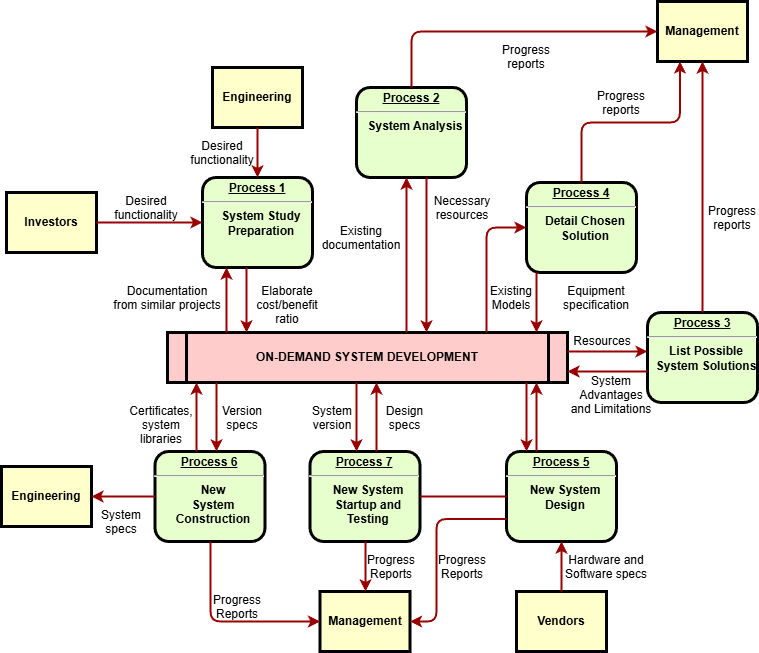
Earlier version of the draw.io export Диаграмма без названия.drawio.png (alezalez8/goit). Source tidied: cells renumbered, new cells last; positions are measured from the earlier drawing's top-left corner, leaving out a move shared by most shapes.
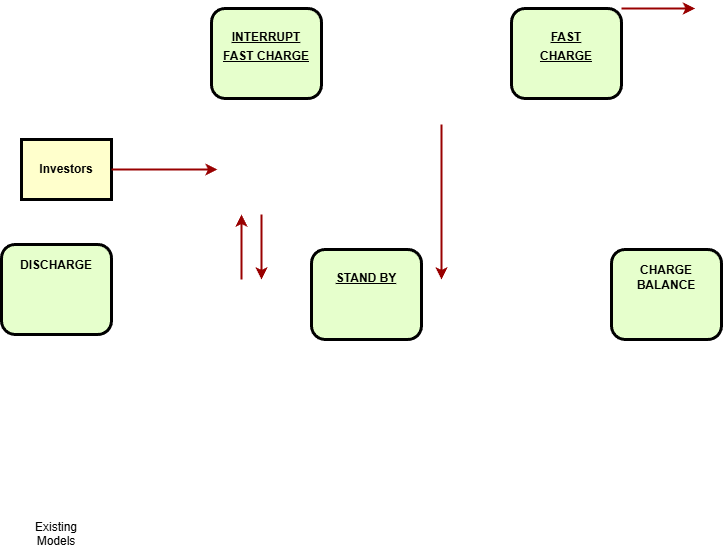
Above is the later version.

The edit, as a diff of the source:
```diff
@@ -2,256 +2,60 @@
   <root>
     <mxCell id="0" />
     <mxCell id="1" parent="0" />
-    <mxCell id="2" value="&lt;p style=&quot;margin: 0px; margin-top: 4px; text-align: center; text-decoration: underline;&quot;&gt;&lt;strong&gt;Process 1&lt;br /&gt;&lt;/strong&gt;&lt;/p&gt;&lt;hr /&gt;&lt;p style=&quot;margin: 0px; margin-left: 8px;&quot;&gt;System Study&lt;/p&gt;&lt;p style=&quot;margin: 0px; margin-left: 8px;&quot;&gt;Preparation&lt;/p&gt;" style="verticalAlign=middle;align=center;overflow=fill;fontSize=12;fontFamily=Helvetica;html=1;rounded=1;fontStyle=1;strokeWidth=3;fillColor=#E6FFCC;" parent="1" vertex="1">
-      <mxGeometry x="201" y="176" width="110" height="90" as="geometry" />
-    </mxCell>
-    <mxCell id="3" value="Engineering" style="whiteSpace=wrap;align=center;verticalAlign=middle;fontStyle=1;strokeWidth=3;fillColor=#FFFFCC;" parent="1" vertex="1">
-      <mxGeometry x="211" y="66" width="90" height="60" as="geometry" />
-    </mxCell>
     <mxCell id="4" value="Investors" style="whiteSpace=wrap;align=center;verticalAlign=middle;fontStyle=1;strokeWidth=3;fillColor=#FFFFCC;" parent="1" vertex="1">
       <mxGeometry x="5" y="191" width="90" height="60" as="geometry" />
     </mxCell>
-    <mxCell id="5" value="ON-DEMAND SYSTEM DEVELOPMENT" style="shape=process;whiteSpace=wrap;align=center;verticalAlign=middle;size=0.0475;fontStyle=1;strokeWidth=3;fillColor=#FFCCCC;" parent="1" vertex="1">
-      <mxGeometry x="166" y="331" width="400" height="50" as="geometry" />
-    </mxCell>
-    <mxCell id="6" value="&lt;p style=&quot;margin: 0px; margin-top: 4px; text-align: center; text-decoration: underline;&quot;&gt;&lt;strong&gt;Process 2&lt;br /&gt;&lt;/strong&gt;&lt;/p&gt;&lt;hr /&gt;&lt;p style=&quot;margin: 0px; margin-left: 8px;&quot;&gt;System Analysis&lt;/p&gt;" style="verticalAlign=middle;align=center;overflow=fill;fontSize=12;fontFamily=Helvetica;html=1;rounded=1;fontStyle=1;strokeWidth=3;fillColor=#E6FFCC;" parent="1" vertex="1">
-      <mxGeometry x="355" y="86" width="110" height="90" as="geometry" />
-    </mxCell>
-    <mxCell id="7" value="&lt;p style=&quot;margin: 0px; margin-top: 4px; text-align: center; text-decoration: underline;&quot;&gt;&lt;strong&gt;&lt;strong&gt;Process&lt;/strong&gt; 3&lt;br /&gt;&lt;/strong&gt;&lt;/p&gt;&lt;hr /&gt;&lt;p style=&quot;margin: 0px; margin-left: 8px;&quot;&gt;List Possible&lt;/p&gt;&lt;p style=&quot;margin: 0px; margin-left: 8px;&quot;&gt;System Solutions&lt;/p&gt;" style="verticalAlign=middle;align=center;overflow=fill;fontSize=12;fontFamily=Helvetica;html=1;rounded=1;fontStyle=1;strokeWidth=3;fillColor=#E6FFCC;" parent="1" vertex="1">
-      <mxGeometry x="646" y="311" width="110" height="90" as="geometry" />
+    <mxCell id="7" value="&lt;p style=&quot;margin: 0px; margin-top: 4px; text-align: center; text-decoration: underline;&quot;&gt;&lt;br&gt;&lt;/p&gt;&lt;p style=&quot;margin: 0px; margin-top: 4px; text-align: center; text-decoration: underline;&quot;&gt;STAND BY&lt;/p&gt;" style="verticalAlign=middle;align=center;overflow=fill;fontSize=12;fontFamily=Helvetica;html=1;rounded=1;fontStyle=1;strokeWidth=3;fillColor=#E6FFCC;" parent="1" vertex="1">
+      <mxGeometry x="295" y="301" width="110" height="90" as="geometry" />
     </mxCell>
-    <mxCell id="8" value="&lt;p style=&quot;margin: 0px; margin-top: 4px; text-align: center; text-decoration: underline;&quot;&gt;&lt;strong&gt;&lt;strong&gt;Process&lt;/strong&gt; 4&lt;br /&gt;&lt;/strong&gt;&lt;/p&gt;&lt;hr /&gt;&lt;p style=&quot;margin: 0px; margin-left: 8px;&quot;&gt;Detail Chosen&lt;/p&gt;&lt;p style=&quot;margin: 0px; margin-left: 8px;&quot;&gt;Solution&lt;/p&gt;" style="verticalAlign=middle;align=center;overflow=fill;fontSize=12;fontFamily=Helvetica;html=1;rounded=1;fontStyle=1;strokeWidth=3;fillColor=#E6FFCC;" parent="1" vertex="1">
-      <mxGeometry x="525" y="181" width="110" height="90" as="geometry" />
+    <mxCell id="8" value="&lt;p style=&quot;margin: 0px; margin-top: 4px; text-align: center; text-decoration: underline;&quot;&gt;&lt;br&gt;&lt;/p&gt;&lt;p style=&quot;margin: 0px; margin-top: 4px; text-align: center; text-decoration: underline;&quot;&gt;FAST&lt;/p&gt;&lt;p style=&quot;margin: 0px; margin-top: 4px; text-align: center; text-decoration: underline;&quot;&gt;CHARGE&lt;/p&gt;" style="verticalAlign=middle;align=center;overflow=fill;fontSize=12;fontFamily=Helvetica;html=1;rounded=1;fontStyle=1;strokeWidth=3;fillColor=#E6FFCC;" parent="1" vertex="1">
+      <mxGeometry x="495" y="60" width="110" height="90" as="geometry" />
     </mxCell>
-    <mxCell id="9" value="&lt;p style=&quot;margin: 0px; margin-top: 4px; text-align: center; text-decoration: underline;&quot;&gt;&lt;strong&gt;&lt;strong&gt;Process&lt;/strong&gt; 5&lt;br /&gt;&lt;/strong&gt;&lt;/p&gt;&lt;hr /&gt;&lt;p style=&quot;margin: 0px; margin-left: 8px;&quot;&gt;New System&lt;/p&gt;&lt;p style=&quot;margin: 0px; margin-left: 8px;&quot;&gt;Design&lt;/p&gt;" style="verticalAlign=middle;align=center;overflow=fill;fontSize=12;fontFamily=Helvetica;html=1;rounded=1;fontStyle=1;strokeWidth=3;fillColor=#E6FFCC;" parent="1" vertex="1">
-      <mxGeometry x="505" y="450" width="110" height="90" as="geometry" />
+    <mxCell id="9" value="&lt;div&gt;&lt;br&gt;&lt;/div&gt;&lt;div&gt;CHARGE&lt;/div&gt;&lt;div&gt;BALANCE&lt;/div&gt;" style="verticalAlign=middle;align=center;overflow=fill;fontSize=12;fontFamily=Helvetica;html=1;rounded=1;fontStyle=1;strokeWidth=3;fillColor=#E6FFCC;" parent="1" vertex="1">
+      <mxGeometry x="595" y="301" width="110" height="90" as="geometry" />
     </mxCell>
-    <mxCell id="10" value="&lt;p style=&quot;margin: 0px; margin-top: 4px; text-align: center; text-decoration: underline;&quot;&gt;&lt;strong&gt;&lt;strong&gt;Process&lt;/strong&gt; 6&lt;br /&gt;&lt;/strong&gt;&lt;/p&gt;&lt;hr /&gt;&lt;p style=&quot;margin: 0px; margin-left: 8px;&quot;&gt;New&lt;/p&gt;&lt;p style=&quot;margin: 0px; margin-left: 8px;&quot;&gt;System&lt;/p&gt;&lt;p style=&quot;margin: 0px; margin-left: 8px;&quot;&gt;Construction&lt;/p&gt;" style="verticalAlign=middle;align=center;overflow=fill;fontSize=12;fontFamily=Helvetica;html=1;rounded=1;fontStyle=1;strokeWidth=3;fillColor=#E6FFCC;" parent="1" vertex="1">
-      <mxGeometry x="153.5" y="450" width="110" height="90" as="geometry" />
+    <mxCell id="10" value="&lt;p style=&quot;margin: 0px; margin-top: 4px; text-align: center; text-decoration: underline;&quot;&gt;&lt;br&gt;&lt;/p&gt;&lt;p style=&quot;margin: 0px; margin-top: 4px; text-align: center; text-decoration: underline;&quot;&gt;INTERRUPT&lt;/p&gt;&lt;p style=&quot;margin: 0px; margin-top: 4px; text-align: center; text-decoration: underline;&quot;&gt;FAST CHARGE&lt;/p&gt;" style="verticalAlign=middle;align=center;overflow=fill;fontSize=12;fontFamily=Helvetica;html=1;rounded=1;fontStyle=1;strokeWidth=3;fillColor=#E6FFCC;" parent="1" vertex="1">
+      <mxGeometry x="195" y="60" width="110" height="90" as="geometry" />
     </mxCell>
-    <mxCell id="11" value="Management" style="whiteSpace=wrap;align=center;verticalAlign=middle;fontStyle=1;strokeWidth=3;fillColor=#FFFFCC;" parent="1" vertex="1">
-      <mxGeometry x="656" width="90" height="60" as="geometry" />
-    </mxCell>
-    <mxCell id="12" value="Management" style="whiteSpace=wrap;align=center;verticalAlign=middle;fontStyle=1;strokeWidth=3;fillColor=#FFFFCC;" parent="1" vertex="1">
-      <mxGeometry x="318.5" y="590" width="90" height="60" as="geometry" />
-    </mxCell>
-    <mxCell id="13" value="Engineering" style="whiteSpace=wrap;align=center;verticalAlign=middle;fontStyle=1;strokeWidth=3;fillColor=#FFFFCC;" parent="1" vertex="1">
-      <mxGeometry y="465" width="90" height="60" as="geometry" />
-    </mxCell>
-    <mxCell id="14" value="Vendors" style="whiteSpace=wrap;align=center;verticalAlign=middle;fontStyle=1;strokeWidth=3;fillColor=#FFFFCC;" parent="1" vertex="1">
-      <mxGeometry x="515" y="590" width="90" height="60" as="geometry" />
-    </mxCell>
-    <mxCell id="15" style="edgeStyle=none;noEdgeStyle=1;strokeColor=#990000;strokeWidth=2;" parent="1" edge="1" source="3" target="2">
-      <mxGeometry relative="1" as="geometry" />
-    </mxCell>
-    <mxCell id="16" style="edgeStyle=none;noEdgeStyle=1;strokeColor=#990000;strokeWidth=2;" parent="1" edge="1" source="4" target="2">
-      <mxGeometry relative="1" as="geometry" />
+    <mxCell id="16" style="edgeStyle=none;noEdgeStyle=1;strokeColor=#990000;strokeWidth=2;" parent="1" edge="1" source="4">
+      <mxGeometry relative="1" as="geometry">
+        <mxPoint x="201" y="221" as="targetPoint" />
+      </mxGeometry>
     </mxCell>
-    <mxCell id="17" value="&lt;p style=&quot;margin: 0px; margin-top: 4px; text-align: center; text-decoration: underline;&quot;&gt;&lt;strong&gt;&lt;strong&gt;Process&lt;/strong&gt; 7&lt;br /&gt;&lt;/strong&gt;&lt;/p&gt;&lt;hr /&gt;&lt;p style=&quot;margin: 0px; margin-left: 8px;&quot;&gt;New System&lt;/p&gt;&lt;p style=&quot;margin: 0px; margin-left: 8px;&quot;&gt;Startup and&lt;/p&gt;&lt;p style=&quot;margin: 0px; margin-left: 8px;&quot;&gt;Testing&lt;/p&gt;" style="verticalAlign=middle;align=center;overflow=fill;fontSize=12;fontFamily=Helvetica;html=1;rounded=1;fontStyle=1;strokeWidth=3;fillColor=#E6FFCC;" parent="1" vertex="1">
-      <mxGeometry x="308.5" y="450" width="110" height="90" as="geometry" />
+    <mxCell id="17" value="&lt;div&gt;&lt;br&gt;&lt;/div&gt;&lt;div&gt;DISCHARGE&lt;/div&gt;" style="verticalAlign=middle;align=center;overflow=fill;fontSize=12;fontFamily=Helvetica;html=1;rounded=1;fontStyle=1;strokeWidth=3;fillColor=#E6FFCC;" parent="1" vertex="1">
+      <mxGeometry x="-15" y="296" width="110" height="90" as="geometry" />
     </mxCell>
-    <mxCell id="18" style="endArrow=none;noEdgeStyle=1;strokeColor=#990000;strokeWidth=2;" parent="1" edge="1" source="9" target="17">
-      <mxGeometry relative="1" as="geometry" />
-    </mxCell>
-    <mxCell id="19" value="Desired &#10;functionality" style="text;spacingTop=-5;align=center;" parent="1" vertex="1">
-      <mxGeometry x="130" y="191" width="30" height="20" as="geometry" />
-    </mxCell>
-    <mxCell id="20" value="Desired &#10;functionality" style="text;spacingTop=-5;align=center;" parent="1" vertex="1">
-      <mxGeometry x="206" y="136" width="30" height="20" as="geometry" />
-    </mxCell>
-    <mxCell id="21" value="Documentation&#10;from similar projects" style="text;spacingTop=-5;align=center;" parent="1" vertex="1">
-      <mxGeometry x="151" y="281" width="30" height="20" as="geometry" />
-    </mxCell>
-    <mxCell id="22" style="edgeStyle=elbowEdgeStyle;elbow=horizontal;strokeColor=#990000;strokeWidth=2;" parent="1" edge="1" source="5" target="2">
+    <mxCell id="22" style="edgeStyle=elbowEdgeStyle;elbow=horizontal;strokeColor=#990000;strokeWidth=2;" parent="1" edge="1">
       <mxGeometry relative="1" as="geometry">
-        <Array as="points">
-          <mxPoint x="225" y="310" />
-        </Array>
+        <mxPoint x="225" y="331" as="sourcePoint" />
+        <mxPoint x="225" y="266" as="targetPoint" />
       </mxGeometry>
     </mxCell>
-    <mxCell id="23" style="edgeStyle=elbowEdgeStyle;elbow=horizontal;strokeColor=#990000;strokeWidth=2;" parent="1" edge="1" source="2" target="5">
+    <mxCell id="23" style="edgeStyle=elbowEdgeStyle;elbow=horizontal;strokeColor=#990000;strokeWidth=2;" parent="1" edge="1">
       <mxGeometry relative="1" as="geometry">
+        <mxPoint x="245" y="266" as="sourcePoint" />
+        <mxPoint x="245" y="331" as="targetPoint" />
         <Array as="points">
           <mxPoint x="245" y="300" />
         </Array>
       </mxGeometry>
     </mxCell>
-    <mxCell id="24" value="Elaborate&#10;cost/benefit&#10;ratio" style="text;spacingTop=-5;align=center;" parent="1" vertex="1">
-      <mxGeometry x="271" y="281" width="30" height="20" as="geometry" />
-    </mxCell>
-    <mxCell id="25" style="edgeStyle=elbowEdgeStyle;elbow=horizontal;strokeColor=#990000;strokeWidth=2;" parent="1" edge="1" source="5" target="6">
-      <mxGeometry relative="1" as="geometry">
-        <Array as="points">
-          <mxPoint x="405" y="250" />
-        </Array>
-      </mxGeometry>
-    </mxCell>
-    <mxCell id="26" style="edgeStyle=elbowEdgeStyle;elbow=horizontal;strokeColor=#990000;strokeWidth=2;" parent="1" edge="1" source="6" target="5">
+    <mxCell id="26" style="edgeStyle=elbowEdgeStyle;elbow=horizontal;strokeColor=#990000;strokeWidth=2;" parent="1" edge="1">
       <mxGeometry relative="1" as="geometry">
+        <mxPoint x="425" y="176" as="sourcePoint" />
+        <mxPoint x="425" y="331" as="targetPoint" />
         <Array as="points">
           <mxPoint x="425" y="260" />
         </Array>
       </mxGeometry>
     </mxCell>
-    <mxCell id="27" value="Existing&#10;documentation" style="text;spacingTop=-5;align=center;" parent="1" vertex="1">
-      <mxGeometry x="345" y="221" width="30" height="20" as="geometry" />
-    </mxCell>
-    <mxCell id="28" value="Necessary&#10;resources" style="text;spacingTop=-5;align=center;" parent="1" vertex="1">
-      <mxGeometry x="446" y="191" width="30" height="20" as="geometry" />
-    </mxCell>
-    <mxCell id="29" value="Progress&#10;reports" style="text;spacingTop=-5;align=center;" parent="1" vertex="1">
-      <mxGeometry x="510" y="40" width="30" height="20" as="geometry" />
-    </mxCell>
-    <mxCell id="30" value="Progress&#10;reports" style="text;spacingTop=-5;align=center;" parent="1" vertex="1">
-      <mxGeometry x="605" y="86" width="30" height="20" as="geometry" />
-    </mxCell>
-    <mxCell id="31" value="Progress&#10;reports" style="text;spacingTop=-5;align=center;" parent="1" vertex="1">
-      <mxGeometry x="716" y="201" width="30" height="20" as="geometry" />
-    </mxCell>
-    <mxCell id="32" style="edgeStyle=elbowEdgeStyle;elbow=horizontal;strokeColor=#990000;strokeWidth=2;" parent="1" edge="1" source="6" target="11">
-      <mxGeometry relative="1" as="geometry">
-        <Array as="points">
-          <mxPoint x="410" y="80" />
-        </Array>
-      </mxGeometry>
-    </mxCell>
-    <mxCell id="33" style="edgeStyle=elbowEdgeStyle;elbow=vertical;entryX=0.25;entryY=1;strokeColor=#990000;strokeWidth=2;" parent="1" edge="1" source="8" target="11">
-      <mxGeometry relative="1" as="geometry" />
+    <mxCell id="33" style="edgeStyle=elbowEdgeStyle;elbow=vertical;entryX=0.25;entryY=1;strokeColor=#990000;strokeWidth=2;" parent="1" edge="1" source="8">
+      <mxGeometry relative="1" as="geometry">
+        <mxPoint x="678.5" y="60" as="targetPoint" />
+      </mxGeometry>
     </mxCell>
-    <mxCell id="34" style="edgeStyle=elbowEdgeStyle;elbow=horizontal;strokeColor=#990000;strokeWidth=2;" parent="1" edge="1" source="7" target="11">
-      <mxGeometry relative="1" as="geometry" />
-    </mxCell>
-    <mxCell id="35" style="edgeStyle=elbowEdgeStyle;elbow=horizontal;strokeColor=#990000;strokeWidth=2;" parent="1" edge="1" source="8" target="5">
-      <mxGeometry relative="1" as="geometry">
-        <Array as="points">
-          <mxPoint x="535" y="300" />
-        </Array>
-      </mxGeometry>
-    </mxCell>
-    <mxCell id="36" style="edgeStyle=segmentEdgeStyle;strokeColor=#990000;strokeWidth=2;" parent="1" edge="1" source="5" target="8">
-      <mxGeometry relative="1" as="geometry">
-        <Array as="points">
-          <mxPoint x="485" y="226" />
-        </Array>
-      </mxGeometry>
-    </mxCell>
     <mxCell id="37" value="Existing&#10;Models" style="text;spacingTop=-5;align=center;" parent="1" vertex="1">
-      <mxGeometry x="495" y="281" width="30" height="20" as="geometry" />
+      <mxGeometry x="25" y="570" width="30" height="20" as="geometry" />
     </mxCell>
-    <mxCell id="38" value="Equipment&#10;specification" style="text;spacingTop=-5;align=center;" parent="1" vertex="1">
-      <mxGeometry x="580" y="281" width="30" height="20" as="geometry" />
-    </mxCell>
-    <mxCell id="39" style="edgeStyle=elbowEdgeStyle;elbow=vertical;strokeColor=#990000;strokeWidth=2;" parent="1" edge="1" source="5" target="7">
-      <mxGeometry relative="1" as="geometry">
-        <Array as="points">
-          <mxPoint x="615" y="350" />
-        </Array>
-      </mxGeometry>
-    </mxCell>
-    <mxCell id="40" style="edgeStyle=elbowEdgeStyle;elbow=vertical;strokeColor=#990000;strokeWidth=2;" parent="1" edge="1" source="7" target="5">
-      <mxGeometry relative="1" as="geometry">
-        <Array as="points">
-          <mxPoint x="615" y="370" />
-        </Array>
-      </mxGeometry>
-    </mxCell>
-    <mxCell id="41" value="Resources" style="text;spacingTop=-5;align=center;" parent="1" vertex="1">
-      <mxGeometry x="586" y="331" width="30" height="20" as="geometry" />
-    </mxCell>
-    <mxCell id="42" value="System &#10;Advantages &#10;and Limitations" style="text;spacingTop=-5;align=center;" parent="1" vertex="1">
-      <mxGeometry x="595" y="371" width="30" height="20" as="geometry" />
-    </mxCell>
-    <mxCell id="43" style="edgeStyle=elbowEdgeStyle;elbow=horizontal;strokeColor=#990000;strokeWidth=2;" parent="1" edge="1" source="9" target="5">
-      <mxGeometry relative="1" as="geometry">
-        <Array as="points">
-          <mxPoint x="535" y="410" />
-        </Array>
-      </mxGeometry>
-    </mxCell>
-    <mxCell id="44" style="edgeStyle=elbowEdgeStyle;elbow=horizontal;strokeColor=#990000;strokeWidth=2;" parent="1" edge="1" source="5" target="9">
-      <mxGeometry relative="1" as="geometry">
-        <Array as="points">
-          <mxPoint x="525" y="420" />
-        </Array>
-      </mxGeometry>
-    </mxCell>
-    <mxCell id="45" style="edgeStyle=elbowEdgeStyle;elbow=horizontal;strokeColor=#990000;strokeWidth=2;" parent="1" edge="1" source="14" target="9">
-      <mxGeometry relative="1" as="geometry" />
-    </mxCell>
-    <mxCell id="46" value="Hardware and&#10;Software specs" style="text;spacingTop=-5;align=center;" parent="1" vertex="1">
-      <mxGeometry x="590" y="550" width="30" height="20" as="geometry" />
-    </mxCell>
-    <mxCell id="47" style="edgeStyle=elbowEdgeStyle;elbow=horizontal;exitX=0;exitY=0.75;strokeColor=#990000;strokeWidth=2;" parent="1" edge="1" source="9" target="12">
-      <mxGeometry relative="1" as="geometry">
-        <Array as="points">
-          <mxPoint x="435" y="570" />
-        </Array>
-      </mxGeometry>
-    </mxCell>
-    <mxCell id="48" value="Progress&#10;Reports" style="text;spacingTop=-5;align=center;" parent="1" vertex="1">
-      <mxGeometry x="446" y="550" width="30" height="20" as="geometry" />
-    </mxCell>
-    <mxCell id="49" style="edgeStyle=elbowEdgeStyle;elbow=horizontal;strokeColor=#990000;strokeWidth=2;" parent="1" edge="1" source="17" target="12">
-      <mxGeometry relative="1" as="geometry" />
-    </mxCell>
-    <mxCell id="50" value="Progress&#10;Reports" style="text;spacingTop=-5;align=center;" parent="1" vertex="1">
-      <mxGeometry x="375" y="550" width="30" height="20" as="geometry" />
-    </mxCell>
-    <mxCell id="51" style="edgeStyle=elbowEdgeStyle;elbow=horizontal;strokeColor=#990000;strokeWidth=2;" parent="1" edge="1" source="10" target="12">
-      <mxGeometry relative="1" as="geometry">
-        <Array as="points">
-          <mxPoint x="209" y="570" />
-        </Array>
-      </mxGeometry>
-    </mxCell>
-    <mxCell id="52" value="Progress&#10;Reports" style="text;spacingTop=-5;align=center;" parent="1" vertex="1">
-      <mxGeometry x="221" y="590" width="30" height="20" as="geometry" />
-    </mxCell>
-    <mxCell id="53" style="edgeStyle=elbowEdgeStyle;elbow=vertical;strokeColor=#990000;strokeWidth=2;" parent="1" edge="1" source="10" target="13">
-      <mxGeometry relative="1" as="geometry" />
-    </mxCell>
-    <mxCell id="54" style="edgeStyle=elbowEdgeStyle;elbow=horizontal;strokeColor=#990000;strokeWidth=2;" parent="1" edge="1" source="5" target="17">
-      <mxGeometry relative="1" as="geometry">
-        <Array as="points">
-          <mxPoint x="355" y="410" />
-        </Array>
-      </mxGeometry>
-    </mxCell>
-    <mxCell id="55" style="edgeStyle=elbowEdgeStyle;elbow=horizontal;strokeColor=#990000;strokeWidth=2;" parent="1" edge="1" source="17" target="5">
-      <mxGeometry relative="1" as="geometry">
-        <Array as="points">
-          <mxPoint x="375" y="410" />
-        </Array>
-      </mxGeometry>
-    </mxCell>
-    <mxCell id="56" value="Version&#10;specs" style="text;spacingTop=-5;align=center;" parent="1" vertex="1">
-      <mxGeometry x="226" y="401" width="30" height="20" as="geometry" />
-    </mxCell>
-    <mxCell id="57" value="Certificates,&#10;system&#10;libraries" style="text;spacingTop=-5;align=center;" parent="1" vertex="1">
-      <mxGeometry x="145" y="401" width="30" height="20" as="geometry" />
-    </mxCell>
-    <mxCell id="58" style="edgeStyle=elbowEdgeStyle;elbow=horizontal;strokeColor=#990000;strokeWidth=2;" parent="1" edge="1" source="5" target="10">
-      <mxGeometry relative="1" as="geometry">
-        <Array as="points">
-          <mxPoint x="215" y="410" />
-        </Array>
-      </mxGeometry>
-    </mxCell>
-    <mxCell id="59" style="edgeStyle=elbowEdgeStyle;elbow=horizontal;strokeColor=#990000;strokeWidth=2;" parent="1" edge="1" source="10" target="5">
-      <mxGeometry relative="1" as="geometry">
-        <Array as="points">
-          <mxPoint x="195" y="410" />
-        </Array>
-      </mxGeometry>
-    </mxCell>
-    <mxCell id="60" value="System&#10;specs" style="text;spacingTop=-5;align=center;" parent="1" vertex="1">
-      <mxGeometry x="105" y="505" width="30" height="20" as="geometry" />
-    </mxCell>
-    <mxCell id="61" value="Design&#10;specs" style="text;spacingTop=-5;align=center;" parent="1" vertex="1">
-      <mxGeometry x="388.5" y="401" width="30" height="20" as="geometry" />
-    </mxCell>
-    <mxCell id="62" value="System&#10;version" style="text;spacingTop=-5;align=center;" parent="1" vertex="1">
-      <mxGeometry x="316" y="401" width="30" height="20" as="geometry" />
-    </mxCell>
   </root>
 </mxGraphModel>
```
